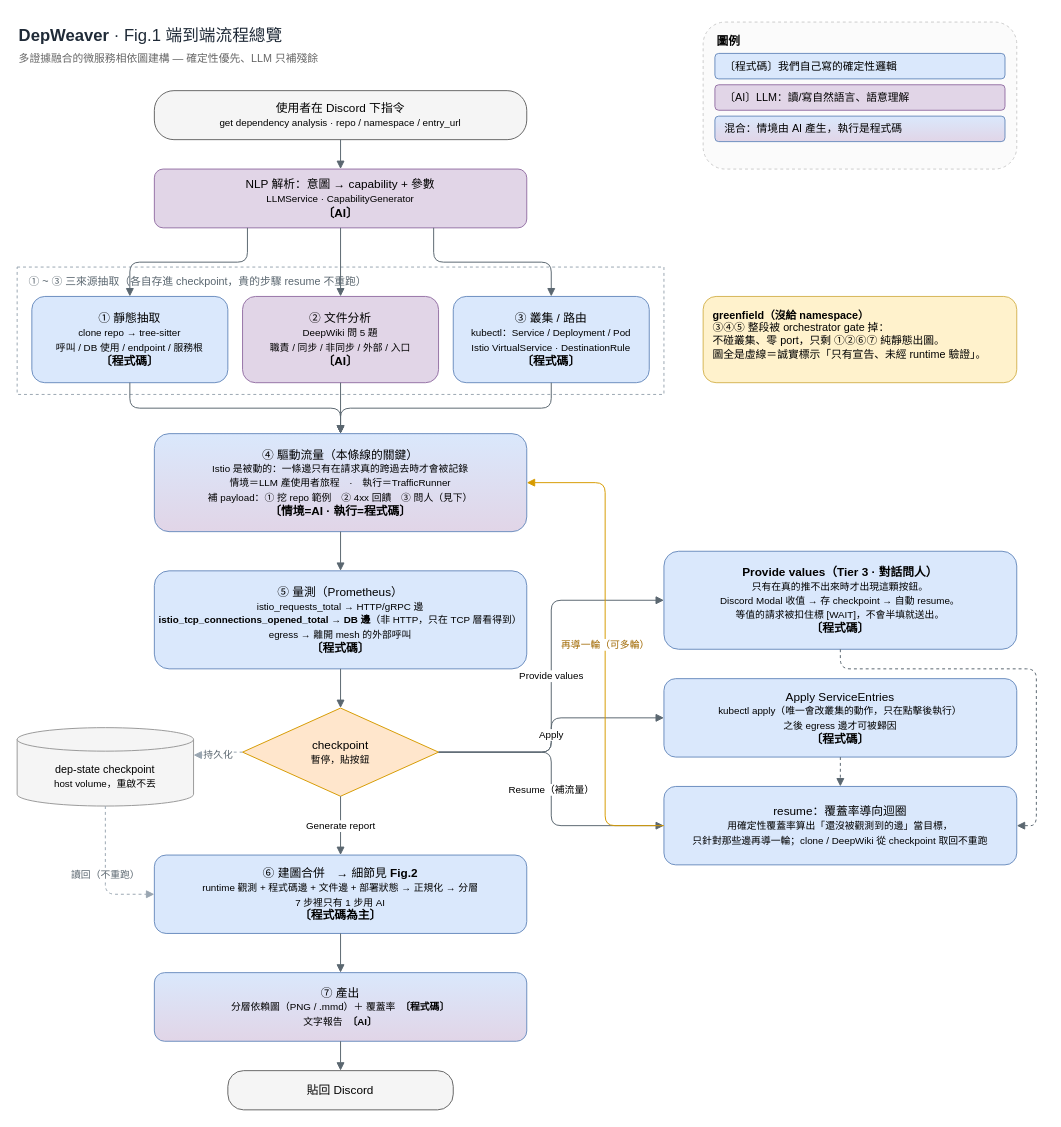
This is docs/diagrams/fig1-pipeline-overview.drawio from ANYuu531/ChatOps4Msa-Pipeline, a draw.io file, before an edit. Source tidied: cells renumbered, new cells numbered last; positions are measured from the earlier drawing's top-left corner, leaving out a move shared by most shapes. Both pictures are drawn from the tidied source at 98%, with x=0, y=0 at pixel (17, 22).
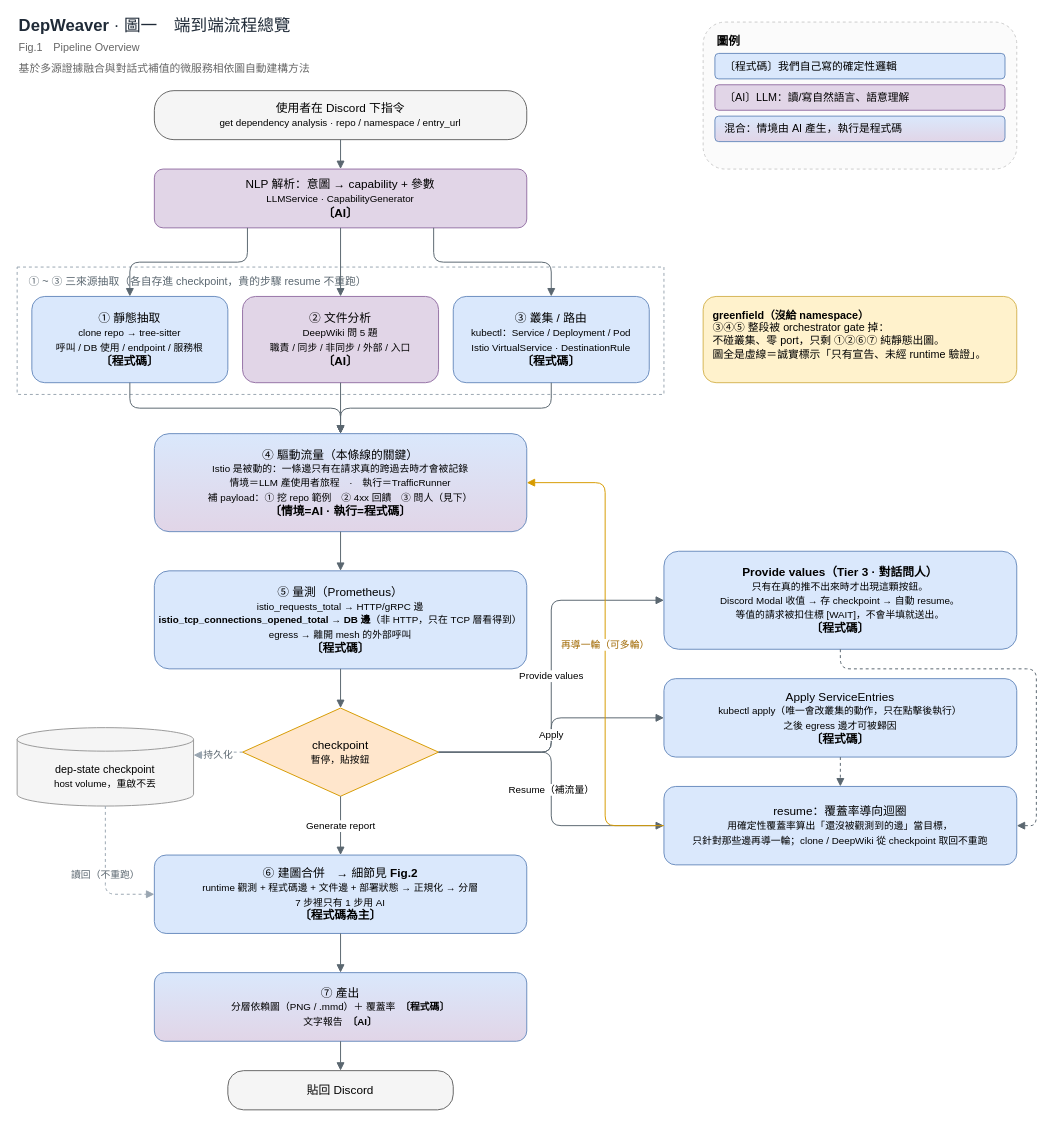
After the change.

Change to the diagram source:
```diff
@@
-    <mxCell id="2" value="&lt;b&gt;DepWeaver&lt;/b&gt; · Fig.1 端到端流程總覽&lt;br&gt;&lt;font style=&quot;font-size: 11px;&quot; color=&quot;#666666&quot;&gt;多證據融合的微服務相依圖建構 — 確定性優先、LLM 只補殘餘&lt;/font&gt;" style="text;html=1;align=left;verticalAlign=middle;fontSize=17;fontColor=#1f2a37;" parent="1" vertex="1">
+    <mxCell id="2" value="&lt;b&gt;DepWeaver&lt;/b&gt; · 圖一　端到端流程總覽&lt;br&gt;&lt;font style=&quot;font-size: 11px;&quot; color=&quot;#666666&quot;&gt;Fig.1　Pipeline Overview&lt;/font&gt;&lt;br&gt;&lt;font style=&quot;font-size: 11px;&quot; color=&quot;#666666&quot;&gt;基於多源證據融合與對話式補值的微服務相依圖自動建構方法&lt;/font&gt;" style="text;html=1;align=left;verticalAlign=middle;fontSize=17;fontColor=#1f2a37;" parent="1" vertex="1">
       <mxGeometry width="620" height="50" as="geometry" />
     </mxCell>
```
